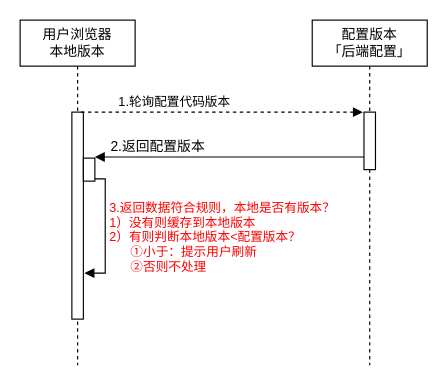
The draw.io diagram 通知用户刷新.drawio in aicaigroup/-, before the edit. Source tidied: cells renumbered, new cells numbered last; positions are measured from the earlier drawing's top-left corner, leaving out a move shared by most shapes. Both pictures are drawn from the tidied source at 115%, with x=0, y=0 at pixel (20, 20).
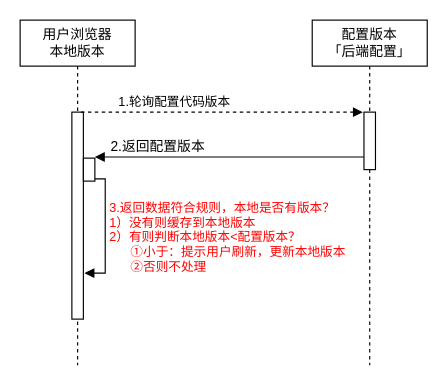
After the change.

Commit message:
更新通知用户刷新.drawio

Diff of the diagram source:
```diff
@@
 <mxGraphModel>
   <root>
     <mxCell id="0" />
     <mxCell id="1" parent="0" />
     <mxCell id="2" value="用户浏览器&lt;br&gt;本地版本" style="shape=umlLifeline;perimeter=lifelinePerimeter;whiteSpace=wrap;html=1;" parent="1" vertex="1">
       <mxGeometry width="100" height="300" as="geometry" />
     </mxCell>
     <mxCell id="3" style="html=1;points=[];perimeter=orthogonalPerimeter;" parent="2" vertex="1">
       <mxGeometry x="45" y="80" width="10" height="180" as="geometry" />
     </mxCell>
     <mxCell id="4" value="配置版本&lt;br&gt;「后端配置」" style="shape=umlLifeline;perimeter=lifelinePerimeter;whiteSpace=wrap;html=1;" parent="1" vertex="1">
       <mxGeometry x="254" width="100" height="300" as="geometry" />
     </mxCell>
     <mxCell id="5" style="html=1;points=[];perimeter=orthogonalPerimeter;" parent="4" vertex="1">
       <mxGeometry x="45" y="80" width="10" height="50" as="geometry" />
     </mxCell>
     <mxCell id="6" value="1.轮询配置代码版本" style="html=1;verticalAlign=bottom;endArrow=block;strokeWidth=1;dashed=1;entryX=-0.1;entryY=0;entryDx=0;entryDy=0;entryPerimeter=0;exitX=0.8;exitY=0;exitDx=0;exitDy=0;exitPerimeter=0;" parent="1" edge="1" source="3" target="5">
       <mxGeometry x="-0.34" relative="1" as="geometry" />
     </mxCell>
     <mxCell id="7" style="edgeStyle=none;rounded=0;jettySize=auto;html=0;startArrow=none;startFill=0;endArrow=block;endFill=1;strokeWidth=1;entryX=1;entryY=-0.05;entryDx=0;entryDy=0;entryPerimeter=0;" parent="1" edge="1" source="5" target="9">
       <mxGeometry relative="1" as="geometry" />
     </mxCell>
     <mxCell id="8" value="2.返回配置版本" style="text;html=1;align=left;verticalAlign=top;spacingTop=-4;" parent="1" vertex="1">
       <mxGeometry x="77" y="100" width="100" height="20" as="geometry" />
     </mxCell>
     <mxCell id="9" style="html=1;points=[];perimeter=orthogonalPerimeter;" parent="1" vertex="1">
       <mxGeometry x="55" y="120" width="10" height="20" as="geometry" />
     </mxCell>
-    <mxCell id="10" value="&lt;font color=&quot;#ff0000&quot;&gt;3.返回数据符合规则，本地是否有版本？&lt;br&gt;1）没有则缓存到本地版本&lt;br&gt;2）有则判断本地版本&amp;lt;配置版本？&lt;br&gt;&amp;nbsp; &amp;nbsp; &amp;nbsp; ①小于：提示用户刷新&lt;br&gt;&amp;nbsp; &amp;nbsp; &amp;nbsp; ②否则不处理&lt;/font&gt;" style="edgeStyle=orthogonalEdgeStyle;html=1;align=left;spacingLeft=2;endArrow=block;rounded=0;exitX=1;exitY=0.9;exitDx=0;exitDy=0;exitPerimeter=0;" parent="1" edge="1" source="9">
+    <mxCell id="10" value="&lt;font color=&quot;#ff0000&quot;&gt;3.返回数据符合规则，本地是否有版本？&lt;br&gt;1）没有则缓存到本地版本&lt;br&gt;2）有则判断本地版本&amp;lt;配置版本？&lt;br&gt;&amp;nbsp; &amp;nbsp; &amp;nbsp; ①小于：提示用户刷新，更新本地版本&lt;br&gt;&amp;nbsp; &amp;nbsp; &amp;nbsp; ②否则不处理&lt;/font&gt;" style="edgeStyle=orthogonalEdgeStyle;html=1;align=left;spacingLeft=2;endArrow=block;rounded=0;exitX=1;exitY=0.9;exitDx=0;exitDy=0;exitPerimeter=0;" parent="1" edge="1" source="9">
       <mxGeometry x="0.1" relative="1" as="geometry">
         <mxPoint x="56" y="220" as="targetPoint" />
         <Array as="points">
           <mxPoint x="74" y="138" />
           <mxPoint x="74" y="220" />
         </Array>
       </mxGeometry>
     </mxCell>
   </root>
 </mxGraphModel>
```
